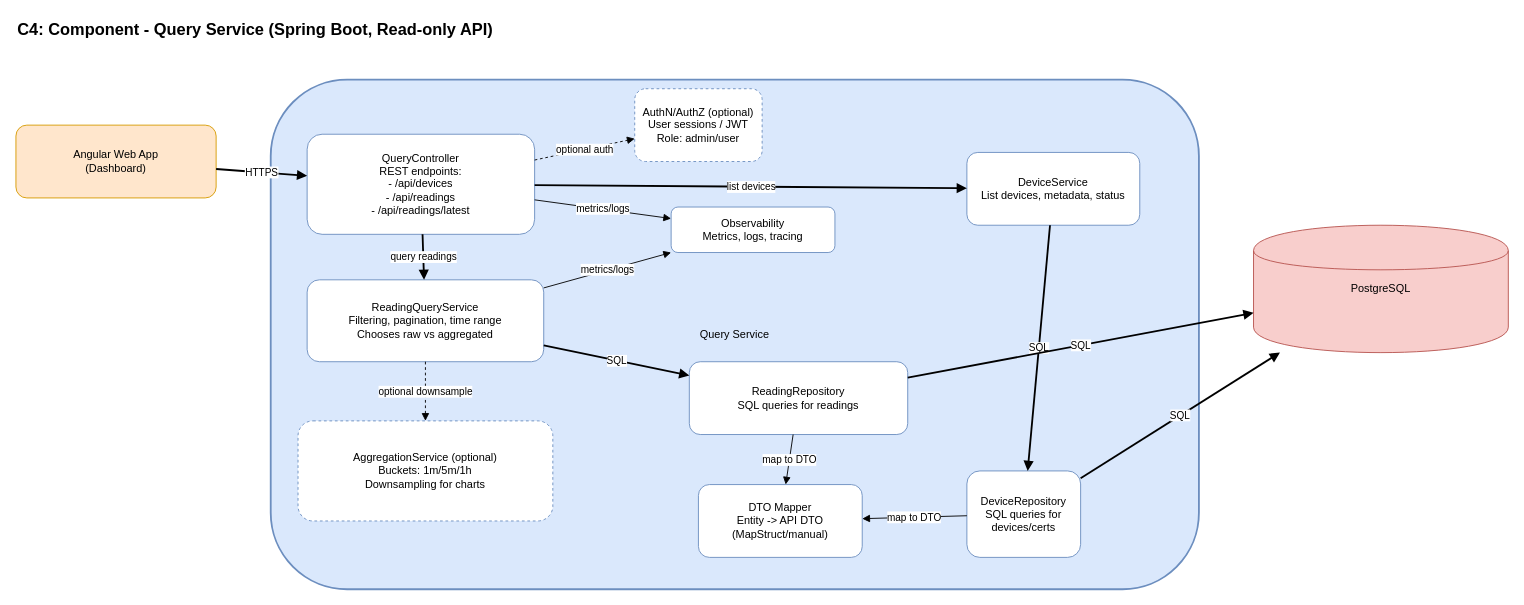
Above: docs/diagrams/c4-component-query.drawio in PawelUrbanik/SenseCore (draw.io), before the change. Source tidied: cells renumbered, new cells numbered last; positions are measured from the earlier drawing's top-left corner, leaving out a move shared by most shapes. Both pictures are drawn from the tidied source at 91%, with x=0, y=0 at pixel (15, 15).
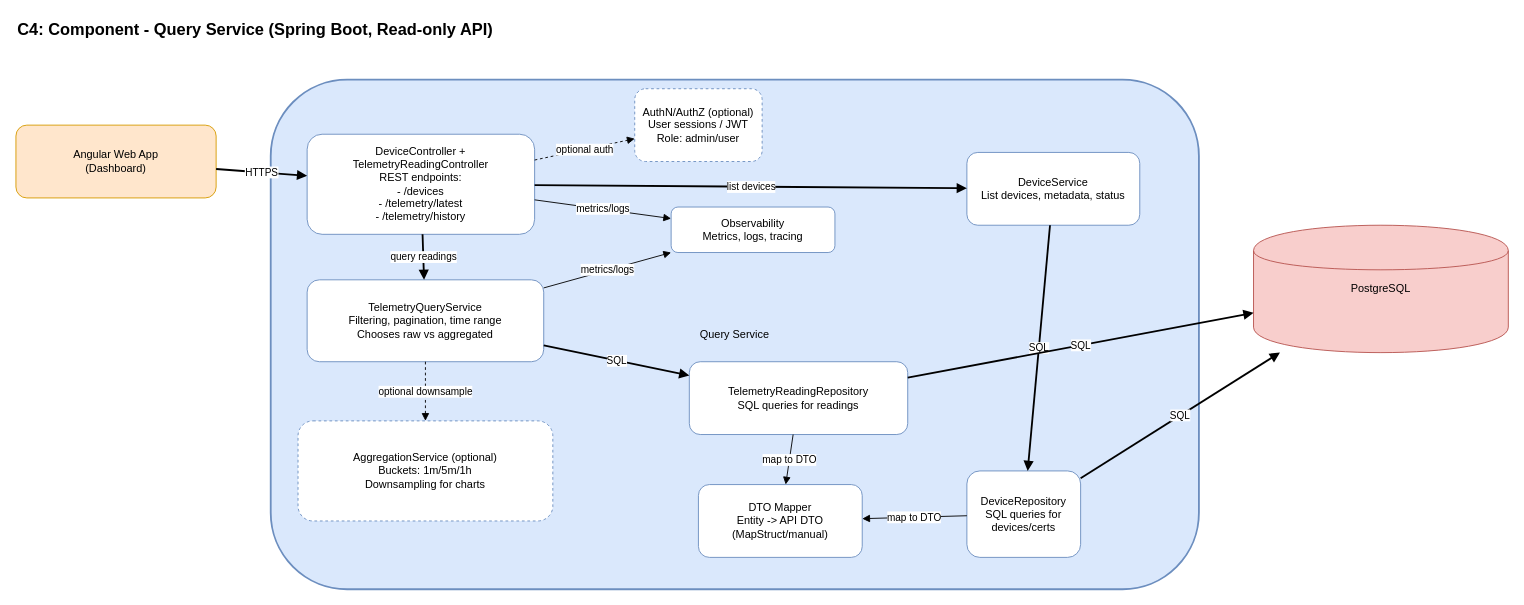
The same page after the edit.

Commit message (it also covers changes not shown here):
Updated diagrams to reflect changes in API endpoints and service names

Change to the diagram source:
```diff
@@
-    <mxCell id="6" value="QueryController&#10;REST endpoints:&#10;- /api/devices&#10;- /api/readings&#10;- /api/readings/latest" style="rounded=1;whiteSpace=wrap;html=1;fillColor=#ffffff;strokeColor=#6c8ebf;" parent="1" vertex="1">
+    <mxCell id="6" value="DeviceController + TelemetryReadingController&#10;REST endpoints:&#10;- /devices&#10;- /telemetry/latest&#10;- /telemetry/history" style="rounded=1;whiteSpace=wrap;html=1;fillColor=#ffffff;strokeColor=#6c8ebf;" parent="1" vertex="1">
       <mxGeometry x="320" y="130" width="250" height="110" as="geometry" />
     </mxCell>
@@
-    <mxCell id="8" value="ReadingQueryService&#10;Filtering, pagination, time range&#10;Chooses raw vs aggregated" style="rounded=1;whiteSpace=wrap;html=1;fillColor=#ffffff;strokeColor=#6c8ebf;" parent="1" vertex="1">
+    <mxCell id="8" value="TelemetryQueryService&#10;Filtering, pagination, time range&#10;Chooses raw vs aggregated" style="rounded=1;whiteSpace=wrap;html=1;fillColor=#ffffff;strokeColor=#6c8ebf;" parent="1" vertex="1">
       <mxGeometry x="320" y="290" width="260" height="90" as="geometry" />
     </mxCell>
@@
-    <mxCell id="11" value="ReadingRepository&#10;SQL queries for readings" style="rounded=1;whiteSpace=wrap;html=1;fillColor=#ffffff;strokeColor=#6c8ebf;" parent="1" vertex="1">
+    <mxCell id="11" value="TelemetryReadingRepository&#10;SQL queries for readings" style="rounded=1;whiteSpace=wrap;html=1;fillColor=#ffffff;strokeColor=#6c8ebf;" parent="1" vertex="1">
       <mxGeometry x="740" y="380" width="240" height="80" as="geometry" />
     </mxCell>
```
